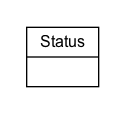
The Graphviz diagram docs/diagrams/Status.png in k-vaughn/5087, before a commit. Its source is kept beside it as docs/diagrams/Status.dot.
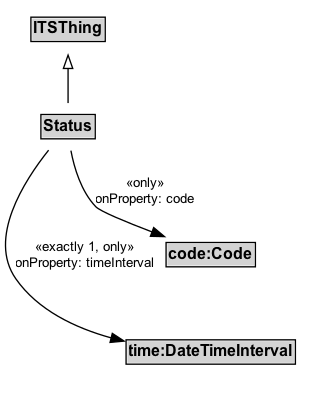
The same file after the commit.

Diff of the diagram source:
```diff
@@ -1,15 +1,22 @@
 digraph {
-	graph [overlap=false splines=true]
-	node [fontname=Arial fontsize=12 shape=record]
+	graph [overlap=false rankdir=TB splines=true]
+	node [fontname=Arial fontsize=12 margin=0 shape=none]
 	edge [fontname=Arial fontsize=10]
-	subgraph cluster_main {
-		rankdir=TB style=invis
-		{
-			rank=max
-			Status [label="{Status|}"]
-		}
+	ITSThing [label=<<TABLE BORDER="1" CELLBORDER="0" CELLSPACING="0" CELLPADDING="1"><TR><TD BGCOLOR="lightgray" ALIGN="CENTER"><B>ITSThing</B></TD></TR></TABLE>> margin=0]
+	{
+		rank=max
+		Status [label=<<TABLE BORDER="1" CELLBORDER="0" CELLSPACING="0" CELLPADDING="1"><TR><TD BGCOLOR="lightgray" ALIGN="CENTER" PORT="e"><B>Status</B></TD></TR></TABLE>> margin=0]
 	}
-	subgraph cluster_others {
-		style=invis
+	subgraph cluster_associated {
+		label="" style=invis
+		Invis [label=<<TABLE BORDER="0" CELLBORDER="0" CELLSPACING="0" CELLPADDING="1"><TR><TD></TD></TR></TABLE>> margin=0 style=invis]
+		code_Code [label=<<TABLE BORDER="1" CELLBORDER="0" CELLSPACING="0" CELLPADDING="1"><TR><TD BGCOLOR="lightgray" ALIGN="CENTER"><B>code:Code</B></TD></TR></TABLE>> margin=0]
+		time_DateTimeInterval [label=<<TABLE BORDER="1" CELLBORDER="0" CELLSPACING="0" CELLPADDING="1"><TR><TD BGCOLOR="lightgray" ALIGN="CENTER"><B>time:DateTimeInterval</B></TD></TR></TABLE>> margin=0]
 	}
+	Status -> ITSThing [arrowhead=onormal style=solid]
+	Status -> Invis [style=invis]
+	Invis -> code_Code [style=invis]
+	code_Code -> time_DateTimeInterval [style=invis]
+	Status -> code_Code [label="«only»\nonProperty: code" arrowhead=normal style=solid]
+	Status -> time_DateTimeInterval [label="«exactly 1, only»\nonProperty: timeInterval" arrowhead=normal style=solid]
 }
```
